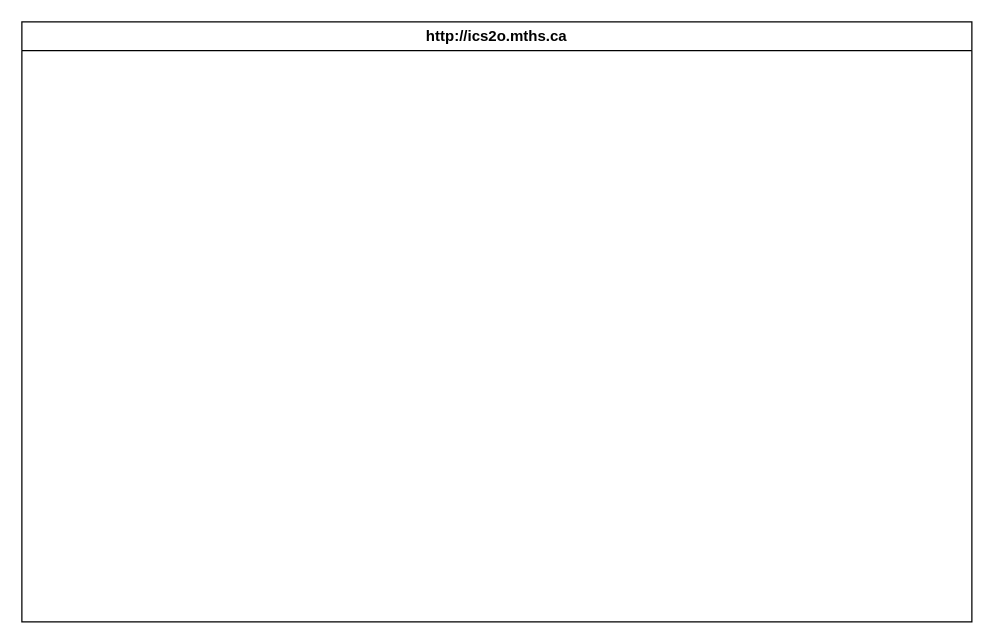
MTHS-ICS2O-2-2022/ICS2O-Unit-3-03-Lucas-Osmond keeps this draw.io diagram as design/storyboard.drawio. Above is the earlier version. Source tidied: cells renumbered, new cells numbered last; positions are measured from the earlier drawing's top-left corner, leaving out a move shared by most shapes. Both pictures are drawn from the tidied source at 125%, with x=0, y=0 at pixel (21, 21).
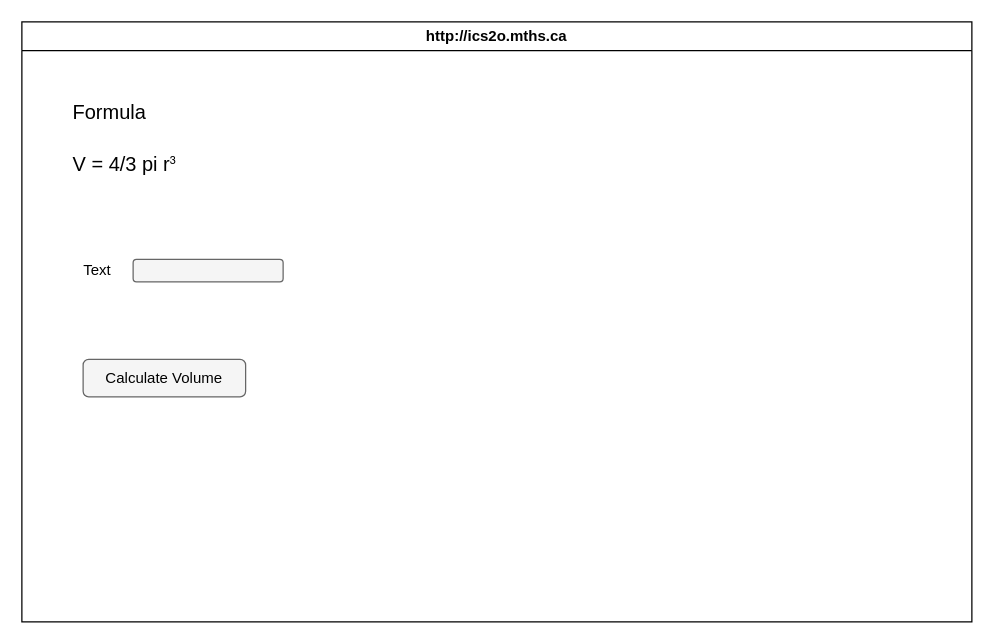
The same page after the edit.

Commit message (it also covers changes not shown here):
added flowchart and storyboard

The edit, as a diff of the source:
```diff
@@
-<mxGraphModel>
+<mxGraphModel background="#ffffff">
   <root>
     <mxCell id="0" />
     <mxCell id="1" parent="0" />
     <mxCell id="2" value="http://ics2o.mths.ca" style="swimlane;whiteSpace=wrap;html=1;" parent="1" vertex="1">
       <mxGeometry width="760" height="480" as="geometry" />
     </mxCell>
+    <mxCell id="3" value="Calculate Volume" style="rounded=1;whiteSpace=wrap;html=1;fillColor=#f5f5f5;fontColor=#000000;strokeColor=#666666;" parent="2" vertex="1">
+      <mxGeometry x="49" y="270" width="130" height="30" as="geometry" />
+    </mxCell>
+    <mxCell id="4" value="Text" style="text;html=1;align=center;verticalAlign=middle;strokeColor=none;fillColor=none;fontColor=#000000;" parent="2" vertex="1">
+      <mxGeometry x="35" y="184" width="50" height="30" as="geometry" />
+    </mxCell>
+    <mxCell id="5" style="rounded=1;whiteSpace=wrap;html=1;fillColor=#f5f5f5;fontColor=#333333;strokeColor=#666666;" parent="1" vertex="1">
+      <mxGeometry x="89" y="190" width="120" height="18" as="geometry" />
+    </mxCell>
+    <mxCell id="6" value="&lt;font style=&quot;font-size: 16px;&quot;&gt;Formula&lt;br&gt;&lt;br&gt;V = 4/3 pi r&lt;span id=&quot;docs-internal-guid-80cd572d-7fff-a4e0-4bd2-b51f878e5d6b&quot;&gt;&lt;span style=&quot;font-size: 11pt; font-family: &amp;quot;Helvetica Neue&amp;quot;, sans-serif; background-color: transparent; font-variant-numeric: normal; font-variant-east-asian: normal; font-variant-alternates: normal; vertical-align: baseline;&quot;&gt;&lt;span style=&quot;font-size:0.6em;vertical-align:super;&quot;&gt;3&lt;/span&gt;&lt;/span&gt;&lt;/span&gt;&lt;sup&gt;&lt;br&gt;&lt;/sup&gt;&lt;br&gt;&lt;/font&gt;" style="text;html=1;align=left;verticalAlign=middle;strokeColor=none;fillColor=none;strokeWidth=1;fontColor=#000000;labelBackgroundColor=none;" parent="1" vertex="1">
+      <mxGeometry x="39" y="58" width="100" height="90" as="geometry" />
+    </mxCell>
   </root>
 </mxGraphModel>
```
